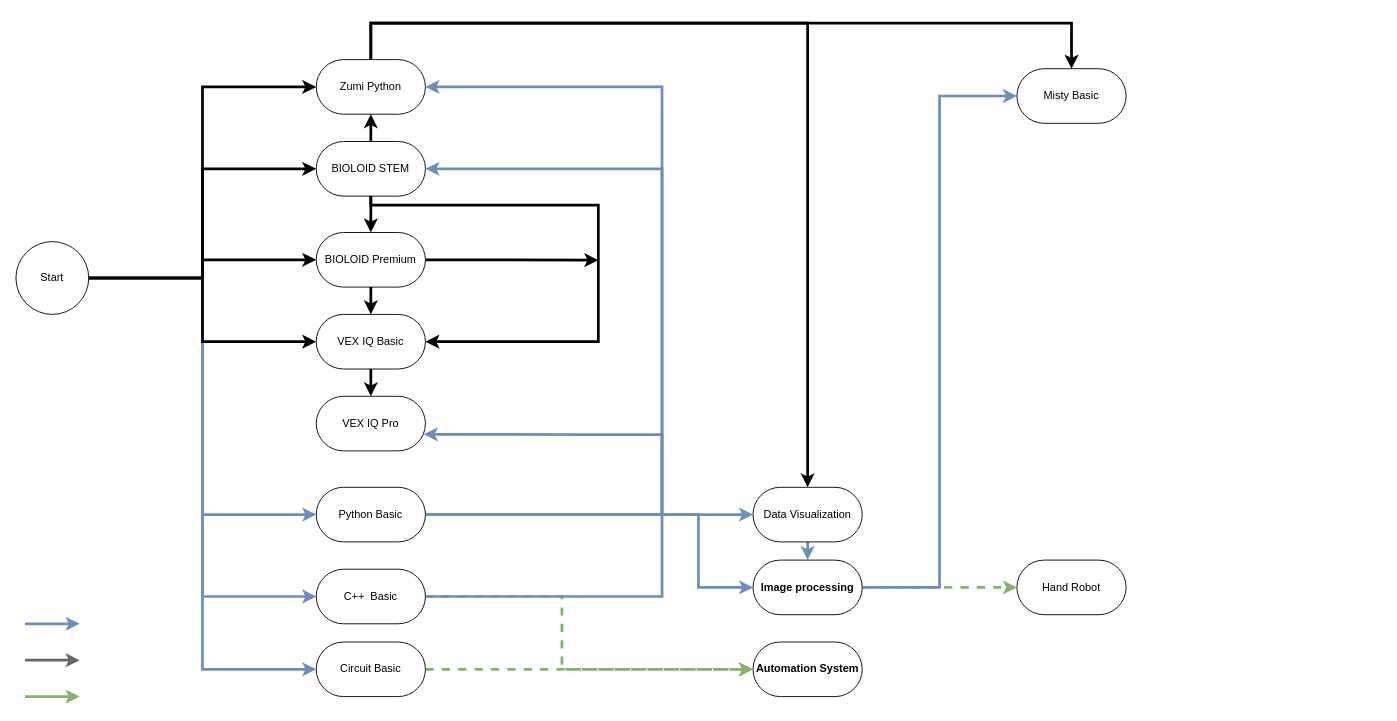
Above: Untitled Diagram.drawio in jarvisN/non2023 (draw.io), before the change. Source tidied: cells renumbered, new cells numbered last; positions are measured from the earlier drawing's top-left corner, leaving out a move shared by most shapes. Both pictures are drawn from the tidied source at 91%, with x=0, y=0 at pixel (15, 23).
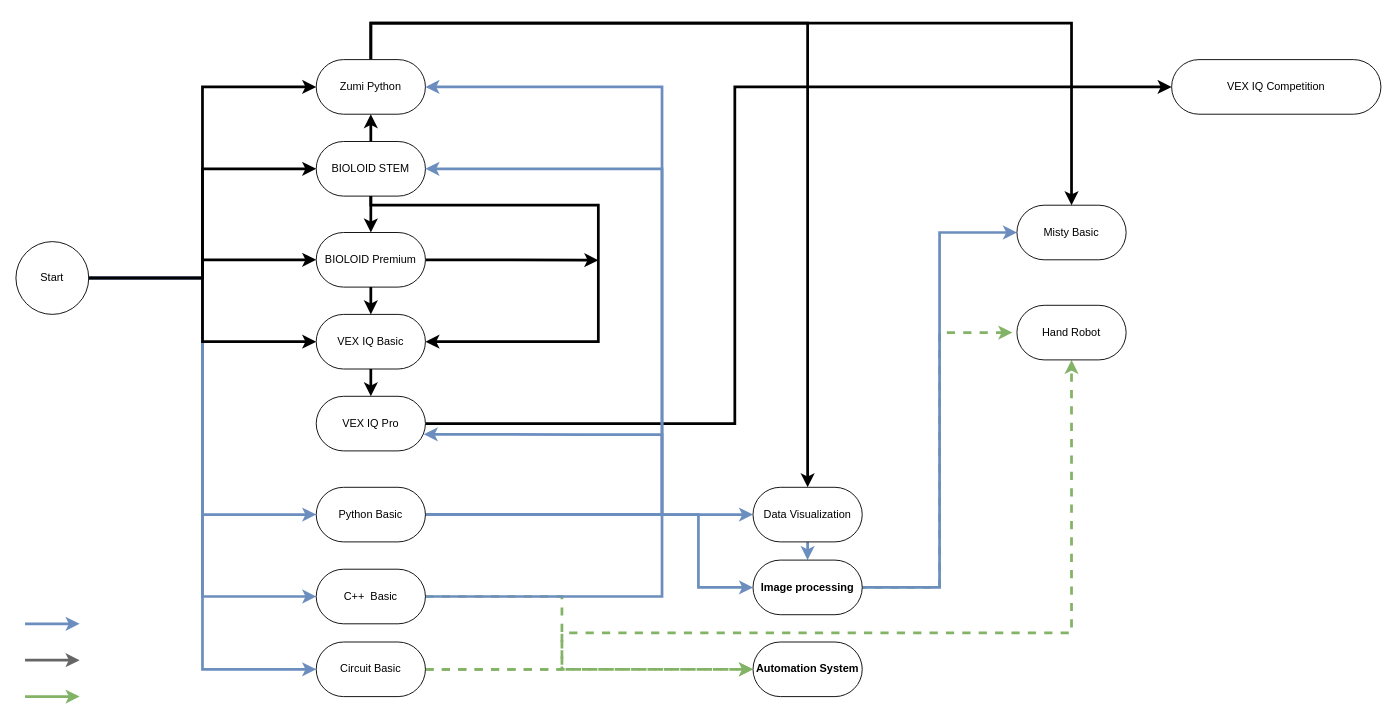
After the change.

Unchanged cells that the change refers to:
```xml
<mxCell id="11" value="VEX IQ Pro" style="rounded=1;whiteSpace=wrap;html=1;arcSize=50;" parent="1" vertex="1">
  <mxGeometry x="330" y="410" width="120" height="60" as="geometry" />
</mxCell>
<mxCell id="38" value="Image processing" style="rounded=1;whiteSpace=wrap;html=1;arcSize=50;fontStyle=1;" parent="1" vertex="1">
  <mxGeometry x="810" y="590" width="120" height="60" as="geometry" />
</mxCell>
<mxCell id="41" value="Circuit Basic" style="rounded=1;whiteSpace=wrap;html=1;arcSize=50;" parent="1" vertex="1">
  <mxGeometry x="330" y="680" width="120" height="60" as="geometry" />
</mxCell>
```

Change to the diagram source:
```diff
@@
+    <mxCell id="44" style="edgeStyle=orthogonalEdgeStyle;rounded=0;jettySize=auto;html=1;exitX=1;exitY=0.5;exitDx=0;exitDy=0;entryX=0;entryY=0.5;entryDx=0;entryDy=0;strokeWidth=3;" parent="1" edge="1" source="11" target="46">
+      <mxGeometry relative="1" as="geometry">
+        <Array as="points">
+          <mxPoint x="790" y="440" />
+          <mxPoint x="790" y="70" />
+        </Array>
+      </mxGeometry>
+    </mxCell>
@@
+    <mxCell id="36" style="edgeStyle=orthogonalEdgeStyle;rounded=0;orthogonalLoop=1;jettySize=auto;html=1;exitX=1;exitY=0.5;exitDx=0;exitDy=0;strokeWidth=3;dashed=1;fillColor=#d5e8d4;strokeColor=#82b366;" parent="1" edge="1">
+      <mxGeometry relative="1" as="geometry">
+        <mxPoint x="925" y="620" as="sourcePoint" />
+        <mxPoint x="1095" y="340" as="targetPoint" />
+        <Array as="points">
+          <mxPoint x="1015" y="620" />
+          <mxPoint x="1015" y="340" />
+        </Array>
+      </mxGeometry>
+    </mxCell>
@@
-    <mxCell id="36" style="edgeStyle=orthogonalEdgeStyle;rounded=0;jettySize=auto;html=1;exitX=1;exitY=0.5;exitDx=0;exitDy=0;strokeWidth=3;dashed=1;fillColor=#d5e8d4;strokeColor=#82b366;" parent="1" edge="1" source="38" target="43">
-      <mxGeometry relative="1" as="geometry" />
-    </mxCell>
@@
+    <mxCell id="45" style="edgeStyle=orthogonalEdgeStyle;rounded=0;jettySize=auto;html=1;exitX=1;exitY=0.5;exitDx=0;exitDy=0;fillColor=#d5e8d4;strokeColor=#82b366;dashed=1;strokeWidth=3;" parent="1" edge="1" source="41" target="43">
+      <mxGeometry relative="1" as="geometry">
+        <Array as="points">
+          <mxPoint x="600" y="710" />
+          <mxPoint x="600" y="670" />
+          <mxPoint x="1160" y="670" />
+        </Array>
+      </mxGeometry>
+    </mxCell>
@@
     <mxCell id="42" value="Misty Basic" style="rounded=1;whiteSpace=wrap;html=1;arcSize=50;" parent="1" vertex="1">
-      <mxGeometry x="1100" y="50" width="120" height="60" as="geometry" />
+      <mxGeometry x="1100" y="200" width="120" height="60" as="geometry" />
     </mxCell>
     <mxCell id="43" value="Hand Robot" style="rounded=1;whiteSpace=wrap;html=1;arcSize=50;" parent="1" vertex="1">
-      <mxGeometry x="1100" y="590" width="120" height="60" as="geometry" />
+      <mxGeometry x="1100" y="310" width="120" height="60" as="geometry" />
     </mxCell>
+    <mxCell id="46" value="VEX IQ Competition" style="rounded=1;whiteSpace=wrap;html=1;arcSize=50;" parent="1" vertex="1">
+      <mxGeometry x="1270" y="40" width="230" height="60" as="geometry" />
+    </mxCell>
```
